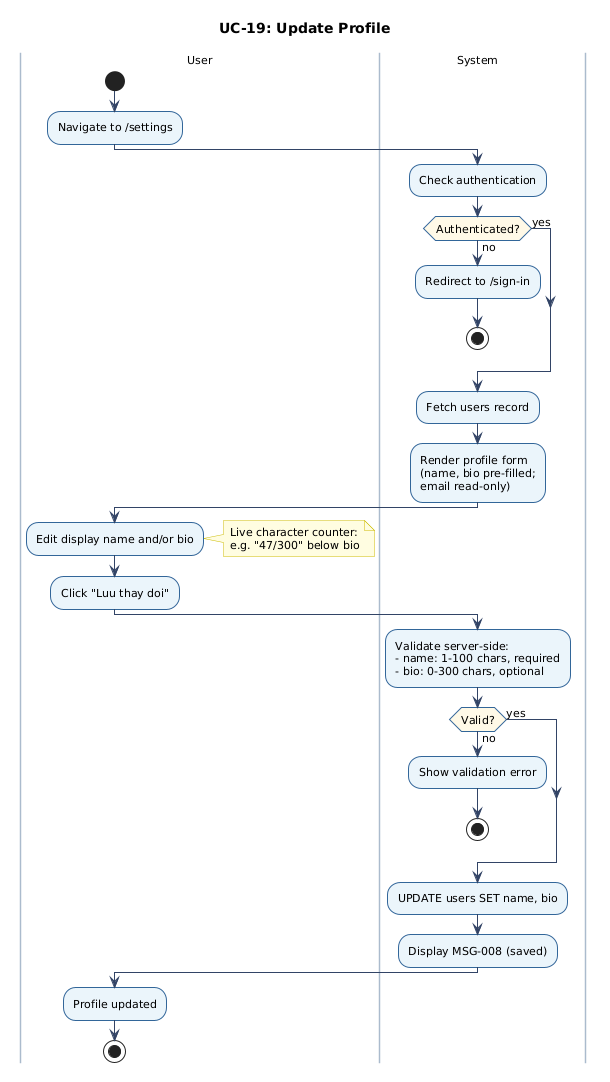
This is docs/figures/uc-19-activity.png from chinhbmt122/Software-Architecture, a PlantUML export, as it was before one commit.
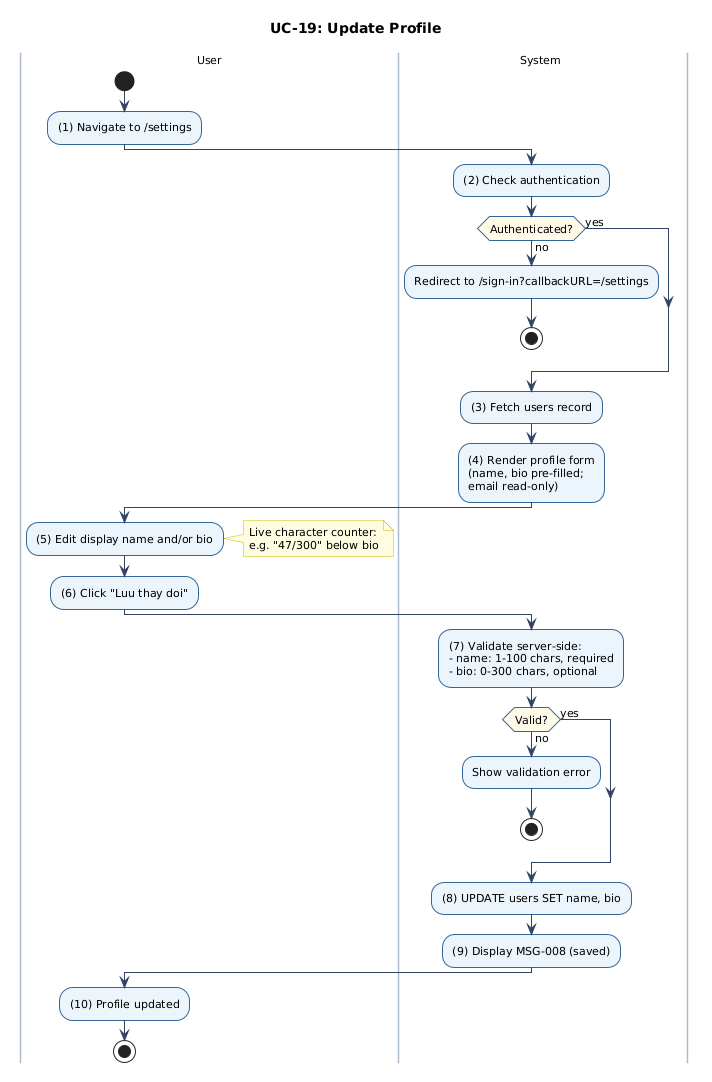
After the commit.

Change to the diagram source:
```diff
@@ -15,33 +15,33 @@
 title UC-19: Update Profile
 |User|
 start
-:Navigate to /settings;
+:(1) Navigate to /settings;
 |System|
-:Check authentication;
+:(2) Check authentication;
 if (Authenticated?) then (no)
-  :Redirect to /sign-in;
+  :Redirect to /sign-in?callbackURL=/settings;
   stop
 else (yes)
 endif
-:Fetch users record;
-:Render profile form\n(name, bio pre-filled;\nemail read-only);
+:(3) Fetch users record;
+:(4) Render profile form\n(name, bio pre-filled;\nemail read-only);
 |User|
-:Edit display name and/or bio;
+:(5) Edit display name and/or bio;
 note right
   Live character counter:
   e.g. "47/300" below bio
 end note
-:Click "Luu thay doi";
+:(6) Click "Luu thay doi";
 |System|
-:Validate server-side:\n- name: 1-100 chars, required\n- bio: 0-300 chars, optional;
+:(7) Validate server-side:\n- name: 1-100 chars, required\n- bio: 0-300 chars, optional;
 if (Valid?) then (no)
   :Show validation error;
   stop
 else (yes)
 endif
-:UPDATE users SET name, bio;
-:Display MSG-008 (saved);
+:(8) UPDATE users SET name, bio;
+:(9) Display MSG-008 (saved);
 |User|
-:Profile updated;
+:(10) Profile updated;
 stop
 @enduml
```
